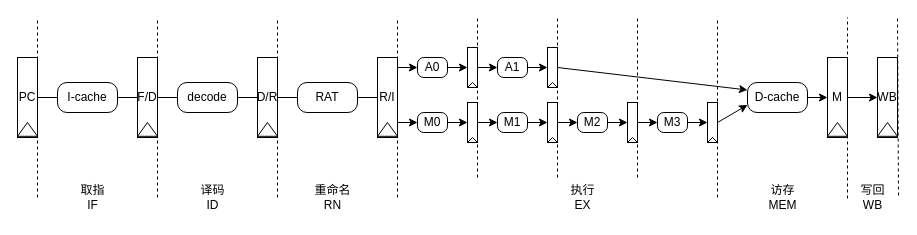
Above: page "6-5" (3 of 7) of directory/流水线.drawio in lllwwwooo/draw.io (draw.io), before the change. Source tidied: cells renumbered, new cells numbered last; positions are measured from the earlier drawing's top-left corner, leaving out a move shared by most shapes. Both pictures are drawn from the tidied source at 100%, with x=0, y=0 at pixel (17, 17).
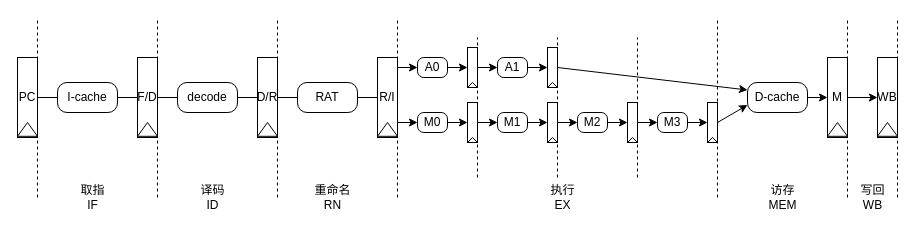
After the change.

The change refers to these unchanged cells:
```xml
<mxCell id="25" style="group;" parent="1" vertex="1">
  <mxGeometry x="530" y="30" width="10" height="40" as="geometry" />
</mxCell>
<mxCell id="57" style="group;" parent="1" vertex="1">
  <mxGeometry x="810" y="40" width="20" height="80" as="geometry" />
</mxCell>
<mxCell id="63" style="group;" parent="1" vertex="1">
  <mxGeometry x="860" y="40" width="20" height="80" as="geometry" />
</mxCell>
<mxCell id="83" value="写回&lt;div&gt;WB&lt;/div&gt;" style="text;html=1;align=center;verticalAlign=middle;points=[];strokeColor=none;fillColor=none;" parent="1" vertex="1">
  <mxGeometry x="830" y="160" width="50" height="40" as="geometry" />
</mxCell>
```

Change to the diagram source:
```diff
@@
     <mxCell id="28" style="endArrow=none;dashed=1;html=1;rounded=0;" parent="25" edge="1">
       <mxGeometry relative="1" as="geometry">
         <mxPoint x="10" y="130" as="sourcePoint" />
-        <mxPoint x="10" y="-30" as="targetPoint" />
+        <mxPoint x="10" y="-10" as="targetPoint" />
       </mxGeometry>
     </mxCell>
@@
-    <mxCell id="60" style="endArrow=none;dashed=1;html=1;rounded=0;exitX=0;exitY=0.525;exitDx=0;exitDy=0;exitPerimeter=0;" parent="57" edge="1" source="83">
-      <mxGeometry relative="1" as="geometry">
-        <mxPoint x="20" y="-40" as="targetPoint" />
-      </mxGeometry>
-    </mxCell>
+    <mxCell id="86" style="endArrow=none;dashed=1;html=1;rounded=0;" parent="57" edge="1">
+      <mxGeometry relative="1" as="geometry">
+        <mxPoint x="20" y="140" as="sourcePoint" />
+        <mxPoint x="20" y="-40" as="targetPoint" />
+      </mxGeometry>
+    </mxCell>
@@
+    <mxCell id="87" style="endArrow=none;dashed=1;html=1;rounded=0;" parent="63" edge="1">
+      <mxGeometry relative="1" as="geometry">
+        <mxPoint x="20" y="140" as="sourcePoint" />
+        <mxPoint x="20" y="-40" as="targetPoint" />
+      </mxGeometry>
+    </mxCell>
@@
     <mxCell id="74" style="endArrow=none;dashed=1;html=1;rounded=0;" parent="1" edge="1">
       <mxGeometry relative="1" as="geometry">
         <mxPoint x="460" y="160" as="sourcePoint" />
-        <mxPoint x="460" as="targetPoint" />
+        <mxPoint x="460" y="20" as="targetPoint" />
       </mxGeometry>
     </mxCell>
     <mxCell id="75" style="endArrow=none;dashed=1;html=1;rounded=0;" parent="1" edge="1">
       <mxGeometry relative="1" as="geometry">
         <mxPoint x="620" y="160" as="sourcePoint" />
-        <mxPoint x="620" as="targetPoint" />
+        <mxPoint x="620" y="20" as="targetPoint" />
       </mxGeometry>
     </mxCell>
@@
-    <mxCell id="77" style="endArrow=none;dashed=1;html=1;rounded=0;exitX=1.02;exitY=0.45;exitDx=0;exitDy=0;exitPerimeter=0;" parent="1" edge="1" source="83">
-      <mxGeometry relative="1" as="geometry">
-        <mxPoint x="880" as="targetPoint" />
-      </mxGeometry>
-    </mxCell>
@@
     <mxCell id="81" value="执行&lt;div&gt;EX&lt;/div&gt;" style="text;html=1;align=center;verticalAlign=middle;strokeColor=none;fillColor=none;" parent="1" vertex="1">
-      <mxGeometry x="540" y="160" width="50" height="40" as="geometry" />
+      <mxGeometry x="520" y="160" width="50" height="40" as="geometry" />
     </mxCell>
```
